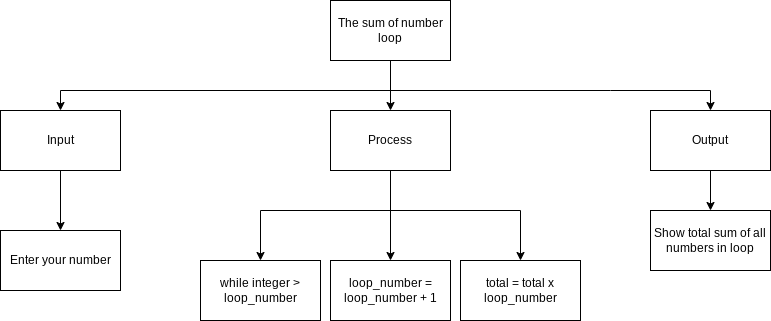
Above: Drawio/TopDown.png in JacksonNaufal/ICS3U-Unit4-02-Python (draw.io), before the change. Source tidied: cells renumbered, new cells last; positions are measured from the earlier drawing's top-left corner, leaving out a move shared by most shapes. Its diagram source:
```xml
<mxGraphModel>
  <root>
    <mxCell id="0" />
    <mxCell id="1" parent="0" />
    <mxCell id="2" style="edgeStyle=none;html=1;entryX=0.5;entryY=0;entryDx=0;entryDy=0;rounded=0;" parent="1" edge="1" source="5" target="11">
      <mxGeometry relative="1" as="geometry" />
    </mxCell>
    <mxCell id="3" style="edgeStyle=none;rounded=0;html=1;entryX=0.5;entryY=0;entryDx=0;entryDy=0;" parent="1" edge="1" target="7">
      <mxGeometry relative="1" as="geometry">
        <mxPoint x="390" y="90" as="sourcePoint" />
        <Array as="points">
          <mxPoint x="60" y="90" />
        </Array>
      </mxGeometry>
    </mxCell>
    <mxCell id="4" style="edgeStyle=none;rounded=0;html=1;entryX=0.5;entryY=0;entryDx=0;entryDy=0;" parent="1" edge="1" target="13">
      <mxGeometry relative="1" as="geometry">
        <mxPoint x="390" y="90" as="sourcePoint" />
        <Array as="points">
          <mxPoint x="610" y="90" />
          <mxPoint x="710" y="90" />
        </Array>
      </mxGeometry>
    </mxCell>
    <mxCell id="5" value="The sum of number loop" style="rounded=0;whiteSpace=wrap;html=1;" parent="1" vertex="1">
      <mxGeometry x="330" width="120" height="60" as="geometry" />
    </mxCell>
    <mxCell id="6" style="edgeStyle=none;html=1;" parent="1" edge="1" source="7" target="14">
      <mxGeometry relative="1" as="geometry" />
    </mxCell>
    <mxCell id="7" value="Input" style="rounded=0;whiteSpace=wrap;html=1;" parent="1" vertex="1">
      <mxGeometry y="110" width="120" height="60" as="geometry" />
    </mxCell>
    <mxCell id="8" style="edgeStyle=none;rounded=0;html=1;entryX=0.5;entryY=0;entryDx=0;entryDy=0;" parent="1" edge="1" target="15">
      <mxGeometry relative="1" as="geometry">
        <mxPoint x="390" y="210" as="sourcePoint" />
        <Array as="points">
          <mxPoint x="260" y="210" />
        </Array>
      </mxGeometry>
    </mxCell>
    <mxCell id="9" style="edgeStyle=none;html=1;" parent="1" edge="1" source="11" target="18">
      <mxGeometry relative="1" as="geometry" />
    </mxCell>
    <mxCell id="10" style="edgeStyle=none;html=1;entryX=0.5;entryY=0;entryDx=0;entryDy=0;rounded=0;" parent="1" edge="1" target="17">
      <mxGeometry relative="1" as="geometry">
        <mxPoint x="390" y="210" as="sourcePoint" />
        <Array as="points">
          <mxPoint x="520" y="210" />
        </Array>
      </mxGeometry>
    </mxCell>
    <mxCell id="11" value="Process" style="rounded=0;whiteSpace=wrap;html=1;" parent="1" vertex="1">
      <mxGeometry x="330" y="110" width="120" height="60" as="geometry" />
    </mxCell>
    <mxCell id="12" style="edgeStyle=none;rounded=0;html=1;" parent="1" edge="1" source="13" target="16">
      <mxGeometry relative="1" as="geometry" />
    </mxCell>
    <mxCell id="13" value="Output" style="rounded=0;whiteSpace=wrap;html=1;" parent="1" vertex="1">
      <mxGeometry x="650" y="110" width="120" height="60" as="geometry" />
    </mxCell>
    <mxCell id="14" value="Enter your number" style="rounded=0;whiteSpace=wrap;html=1;" parent="1" vertex="1">
      <mxGeometry y="230" width="120" height="60" as="geometry" />
    </mxCell>
    <mxCell id="15" value="while integer &amp;gt; loop_number" style="rounded=0;whiteSpace=wrap;html=1;" parent="1" vertex="1">
      <mxGeometry x="200" y="260" width="120" height="60" as="geometry" />
    </mxCell>
    <mxCell id="16" value="Show total sum of all numbers in loop" style="rounded=0;whiteSpace=wrap;html=1;" parent="1" vertex="1">
      <mxGeometry x="650" y="210" width="120" height="60" as="geometry" />
    </mxCell>
    <mxCell id="17" value="total = total x loop_number" style="rounded=0;whiteSpace=wrap;html=1;" parent="1" vertex="1">
      <mxGeometry x="460" y="260" width="120" height="60" as="geometry" />
    </mxCell>
    <mxCell id="18" value="loop_number = loop_number + 1" style="rounded=0;whiteSpace=wrap;html=1;" parent="1" vertex="1">
      <mxGeometry x="330" y="260" width="120" height="60" as="geometry" />
    </mxCell>
  </root>
</mxGraphModel>
```
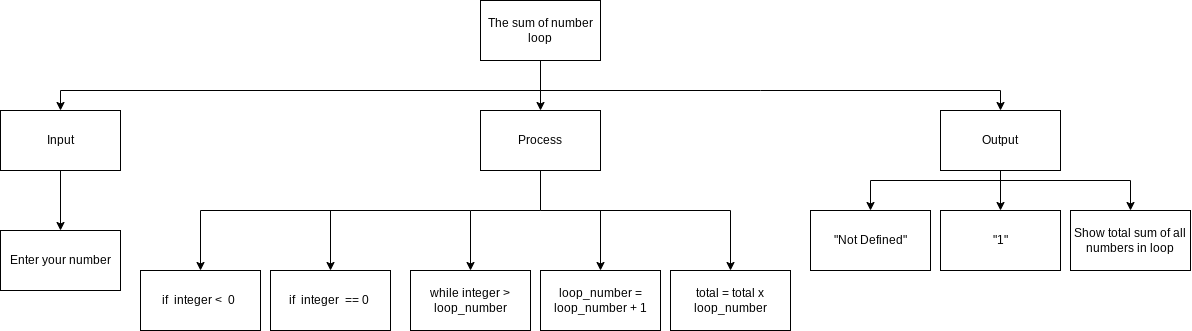
After the change.

The edit, as a diff of the source:
```diff
@@ -9,7 +9,7 @@
       <mxGeometry relative="1" as="geometry">
         <mxPoint x="390" y="90" as="sourcePoint" />
         <Array as="points">
-          <mxPoint x="60" y="90" />
+          <mxPoint x="-90" y="90" />
         </Array>
       </mxGeometry>
     </mxCell>
@@ -18,7 +18,7 @@
         <mxPoint x="390" y="90" as="sourcePoint" />
         <Array as="points">
           <mxPoint x="610" y="90" />
-          <mxPoint x="710" y="90" />
+          <mxPoint x="850" y="90" />
         </Array>
       </mxGeometry>
     </mxCell>
@@ -29,50 +29,98 @@
       <mxGeometry relative="1" as="geometry" />
     </mxCell>
     <mxCell id="7" value="Input" style="rounded=0;whiteSpace=wrap;html=1;" parent="1" vertex="1">
-      <mxGeometry y="110" width="120" height="60" as="geometry" />
+      <mxGeometry x="-150" y="110" width="120" height="60" as="geometry" />
     </mxCell>
     <mxCell id="8" style="edgeStyle=none;rounded=0;html=1;entryX=0.5;entryY=0;entryDx=0;entryDy=0;" parent="1" edge="1" target="15">
       <mxGeometry relative="1" as="geometry">
         <mxPoint x="390" y="210" as="sourcePoint" />
         <Array as="points">
-          <mxPoint x="260" y="210" />
+          <mxPoint x="320" y="210" />
         </Array>
       </mxGeometry>
     </mxCell>
-    <mxCell id="9" style="edgeStyle=none;html=1;" parent="1" edge="1" source="11" target="18">
-      <mxGeometry relative="1" as="geometry" />
+    <mxCell id="9" style="edgeStyle=none;html=1;" parent="1" edge="1" target="18">
+      <mxGeometry relative="1" as="geometry">
+        <mxPoint x="450" y="210" as="sourcePoint" />
+      </mxGeometry>
     </mxCell>
     <mxCell id="10" style="edgeStyle=none;html=1;entryX=0.5;entryY=0;entryDx=0;entryDy=0;rounded=0;" parent="1" edge="1" target="17">
       <mxGeometry relative="1" as="geometry">
         <mxPoint x="390" y="210" as="sourcePoint" />
         <Array as="points">
-          <mxPoint x="520" y="210" />
+          <mxPoint x="580" y="210" />
         </Array>
       </mxGeometry>
     </mxCell>
+    <mxCell id="19" style="edgeStyle=none;rounded=0;html=1;entryX=0.5;entryY=0;entryDx=0;entryDy=0;endArrow=classic;endFill=1;" parent="1" edge="1" target="24">
+      <mxGeometry relative="1" as="geometry">
+        <mxPoint x="320" y="210" as="sourcePoint" />
+        <Array as="points">
+          <mxPoint x="50" y="210" />
+        </Array>
+      </mxGeometry>
+    </mxCell>
+    <mxCell id="20" style="edgeStyle=none;rounded=0;html=1;endArrow=none;endFill=0;" parent="1" edge="1" source="11">
+      <mxGeometry relative="1" as="geometry">
+        <mxPoint x="390" y="210" as="targetPoint" />
+      </mxGeometry>
+    </mxCell>
+    <mxCell id="21" style="edgeStyle=none;html=1;entryX=0.5;entryY=0;entryDx=0;entryDy=0;" parent="1" edge="1" target="26">
+      <mxGeometry relative="1" as="geometry">
+        <mxPoint x="180" y="210" as="sourcePoint" />
+      </mxGeometry>
+    </mxCell>
     <mxCell id="11" value="Process" style="rounded=0;whiteSpace=wrap;html=1;" parent="1" vertex="1">
       <mxGeometry x="330" y="110" width="120" height="60" as="geometry" />
     </mxCell>
-    <mxCell id="12" style="edgeStyle=none;rounded=0;html=1;" parent="1" edge="1" source="13" target="16">
-      <mxGeometry relative="1" as="geometry" />
+    <mxCell id="12" style="edgeStyle=none;rounded=0;html=1;" parent="1" edge="1" target="16">
+      <mxGeometry relative="1" as="geometry">
+        <mxPoint x="770" y="180" as="sourcePoint" />
+        <Array as="points">
+          <mxPoint x="980" y="180" />
+        </Array>
+      </mxGeometry>
     </mxCell>
+    <mxCell id="22" style="edgeStyle=none;html=1;entryX=0.5;entryY=0;entryDx=0;entryDy=0;rounded=0;" parent="1" edge="1" target="25">
+      <mxGeometry relative="1" as="geometry">
+        <mxPoint x="790" y="180" as="sourcePoint" />
+        <Array as="points">
+          <mxPoint x="720" y="180" />
+        </Array>
+      </mxGeometry>
+    </mxCell>
+    <mxCell id="23" style="edgeStyle=none;html=1;entryX=0.5;entryY=0;entryDx=0;entryDy=0;" parent="1" edge="1" source="13" target="27">
+      <mxGeometry relative="1" as="geometry" />
+    </mxCell>
     <mxCell id="13" value="Output" style="rounded=0;whiteSpace=wrap;html=1;" parent="1" vertex="1">
-      <mxGeometry x="650" y="110" width="120" height="60" as="geometry" />
+      <mxGeometry x="790" y="110" width="120" height="60" as="geometry" />
     </mxCell>
     <mxCell id="14" value="Enter your number" style="rounded=0;whiteSpace=wrap;html=1;" parent="1" vertex="1">
-      <mxGeometry y="230" width="120" height="60" as="geometry" />
+      <mxGeometry x="-150" y="230" width="120" height="60" as="geometry" />
     </mxCell>
     <mxCell id="15" value="while integer &amp;gt; loop_number" style="rounded=0;whiteSpace=wrap;html=1;" parent="1" vertex="1">
-      <mxGeometry x="200" y="260" width="120" height="60" as="geometry" />
+      <mxGeometry x="260" y="270" width="120" height="60" as="geometry" />
     </mxCell>
     <mxCell id="16" value="Show total sum of all numbers in loop" style="rounded=0;whiteSpace=wrap;html=1;" parent="1" vertex="1">
-      <mxGeometry x="650" y="210" width="120" height="60" as="geometry" />
+      <mxGeometry x="920" y="210" width="120" height="60" as="geometry" />
     </mxCell>
     <mxCell id="17" value="total = total x loop_number" style="rounded=0;whiteSpace=wrap;html=1;" parent="1" vertex="1">
-      <mxGeometry x="460" y="260" width="120" height="60" as="geometry" />
+      <mxGeometry x="520" y="270" width="120" height="60" as="geometry" />
     </mxCell>
     <mxCell id="18" value="loop_number = loop_number + 1" style="rounded=0;whiteSpace=wrap;html=1;" parent="1" vertex="1">
-      <mxGeometry x="330" y="260" width="120" height="60" as="geometry" />
+      <mxGeometry x="390" y="270" width="120" height="60" as="geometry" />
     </mxCell>
+    <mxCell id="24" value="if&amp;nbsp; integer &amp;lt;&amp;nbsp; 0&amp;nbsp;" style="rounded=0;whiteSpace=wrap;html=1;" parent="1" vertex="1">
+      <mxGeometry x="-10" y="270" width="120" height="60" as="geometry" />
+    </mxCell>
+    <mxCell id="25" value="&quot;Not Defined&quot;" style="rounded=0;whiteSpace=wrap;html=1;" parent="1" vertex="1">
+      <mxGeometry x="660" y="210" width="120" height="60" as="geometry" />
+    </mxCell>
+    <mxCell id="26" value="if&amp;nbsp; integer&amp;nbsp; == 0&amp;nbsp;" style="rounded=0;whiteSpace=wrap;html=1;" parent="1" vertex="1">
+      <mxGeometry x="120" y="270" width="120" height="60" as="geometry" />
+    </mxCell>
+    <mxCell id="27" value="&quot;1&quot;" style="rounded=0;whiteSpace=wrap;html=1;" parent="1" vertex="1">
+      <mxGeometry x="790" y="210" width="120" height="60" as="geometry" />
+    </mxCell>
   </root>
 </mxGraphModel>
```
